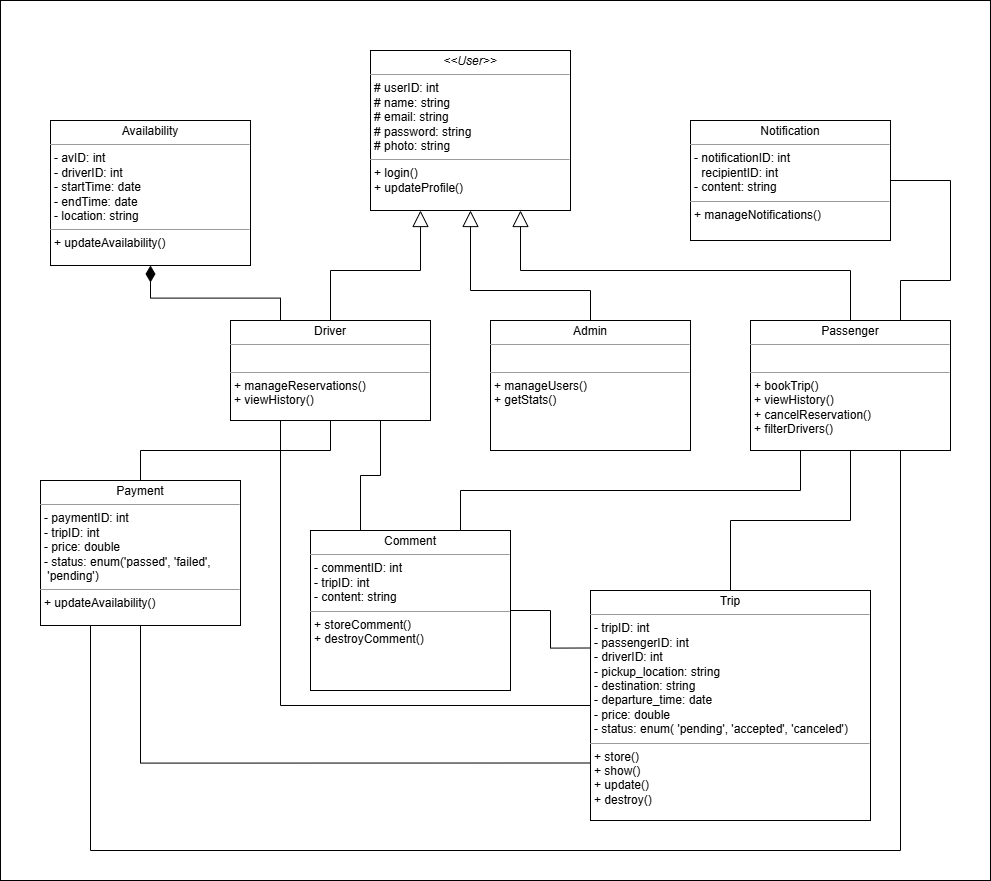
Earlier version of the draw.io export uml/Class.png (theshamkhi/GrandTaxiGoV2). Source tidied: cells renumbered, new cells last; positions are measured from the earlier drawing's top-left corner, leaving out a move shared by most shapes.
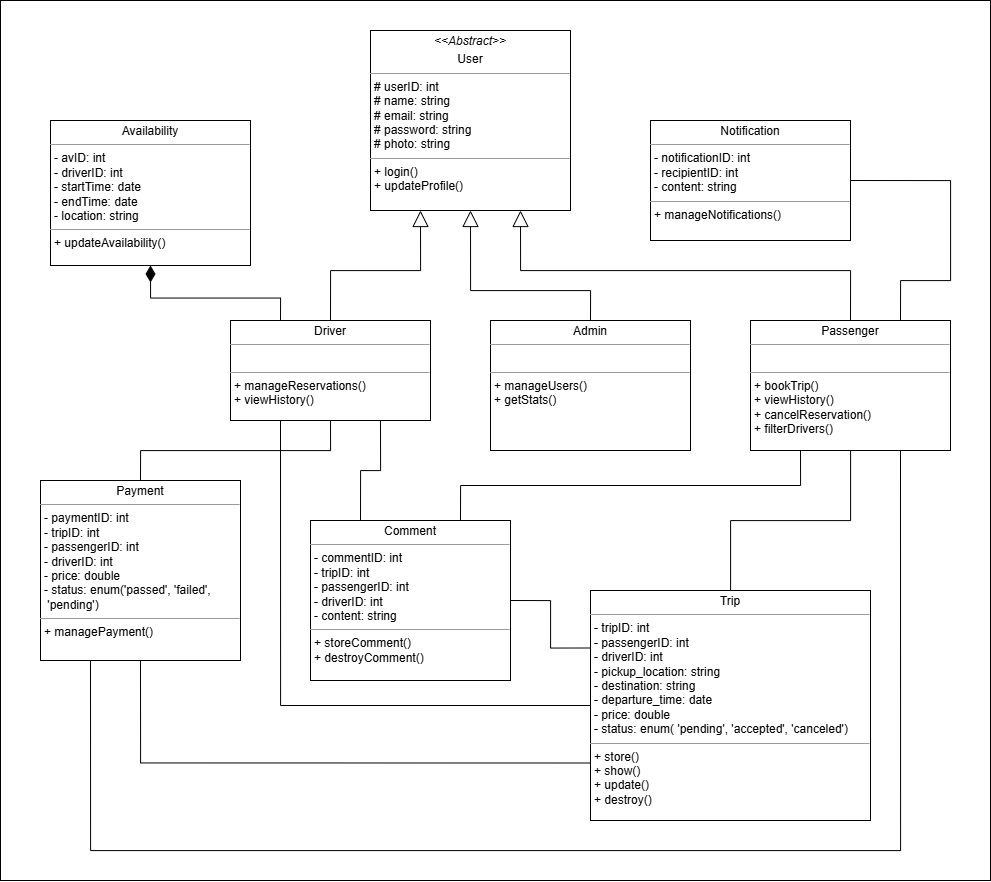
After the change.

Commit message:
Updated UML Diagrams for V2

Diff of the diagram source:
```diff
@@ -20,8 +20,8 @@
     <mxCell id="7" value="&lt;p style=&quot;margin: 4px 0px 0px; text-align: center;&quot;&gt;Trip&lt;/p&gt;&lt;hr size=&quot;1&quot;&gt;&lt;p style=&quot;margin: 0px 0px 0px 4px;&quot;&gt;&lt;span style=&quot;background-color: transparent; color: light-dark(rgb(0, 0, 0), rgb(255, 255, 255));&quot;&gt;-&amp;nbsp;tripID: int&lt;/span&gt;&lt;/p&gt;&lt;p style=&quot;margin: 0px 0px 0px 4px;&quot;&gt;-&amp;nbsp;passengerID: int&lt;/p&gt;&lt;p style=&quot;margin: 0px 0px 0px 4px;&quot;&gt;- driverID: int&lt;/p&gt;&lt;p style=&quot;margin: 0px 0px 0px 4px;&quot;&gt;-&amp;nbsp;pickup_location: string&lt;/p&gt;&lt;p style=&quot;margin: 0px 0px 0px 4px;&quot;&gt;- destination: string&lt;/p&gt;&lt;p style=&quot;margin: 0px 0px 0px 4px;&quot;&gt;-&amp;nbsp;departure_time: date&lt;/p&gt;&lt;p style=&quot;margin: 0px 0px 0px 4px;&quot;&gt;- price: double&lt;/p&gt;&lt;p style=&quot;margin: 0px 0px 0px 4px;&quot;&gt;-&amp;nbsp;&lt;span style=&quot;background-color: transparent; color: light-dark(rgb(0, 0, 0), rgb(255, 255, 255));&quot;&gt;status: enum(&amp;nbsp;&lt;/span&gt;&lt;span style=&quot;background-color: transparent;&quot;&gt;'pending', 'accepted', 'canceled'&lt;/span&gt;&lt;span style=&quot;background-color: transparent; color: light-dark(rgb(0, 0, 0), rgb(255, 255, 255));&quot;&gt;)&lt;/span&gt;&lt;/p&gt;&lt;hr size=&quot;1&quot;&gt;&lt;p style=&quot;margin:0px;margin-left:4px;&quot;&gt;&lt;span style=&quot;background-color: transparent; color: light-dark(rgb(0, 0, 0), rgb(255, 255, 255));&quot;&gt;+ store()&lt;/span&gt;&lt;/p&gt;&lt;p style=&quot;margin:0px;margin-left:4px;&quot;&gt;+ show()&lt;/p&gt;&lt;p style=&quot;margin:0px;margin-left:4px;&quot;&gt;+ update()&lt;/p&gt;&lt;p style=&quot;margin:0px;margin-left:4px;&quot;&gt;+ destroy()&lt;/p&gt;" style="verticalAlign=top;align=left;overflow=fill;fontSize=12;fontFamily=Helvetica;html=1;rounded=0;shadow=0;comic=0;labelBackgroundColor=none;strokeWidth=1;" parent="1" vertex="1">
       <mxGeometry x="590" y="590" width="280" height="230" as="geometry" />
     </mxCell>
-    <mxCell id="8" value="&lt;p style=&quot;margin:0px;margin-top:4px;text-align:center;&quot;&gt;&lt;span style=&quot;background-color: transparent; color: light-dark(rgb(0, 0, 0), rgb(255, 255, 255)); text-align: left;&quot;&gt;&lt;i&gt;&amp;lt;&amp;lt;User&amp;gt;&amp;gt;&lt;/i&gt;&lt;/span&gt;&lt;/p&gt;&lt;hr size=&quot;1&quot;&gt;&lt;p style=&quot;margin: 0px 0px 0px 4px;&quot;&gt;# userID: int&lt;/p&gt;&lt;p style=&quot;margin: 0px 0px 0px 4px;&quot;&gt;# name: string&lt;/p&gt;&lt;p style=&quot;margin: 0px 0px 0px 4px;&quot;&gt;# email: string&lt;/p&gt;&lt;p style=&quot;margin: 0px 0px 0px 4px;&quot;&gt;# password: string&lt;/p&gt;&lt;p style=&quot;margin: 0px 0px 0px 4px;&quot;&gt;# photo: string&lt;/p&gt;&lt;hr size=&quot;1&quot;&gt;&lt;p style=&quot;margin:0px;margin-left:4px;&quot;&gt;+ login()&lt;/p&gt;&lt;p style=&quot;margin:0px;margin-left:4px;&quot;&gt;&lt;span style=&quot;background-color: transparent; color: light-dark(rgb(0, 0, 0), rgb(255, 255, 255));&quot;&gt;+&amp;nbsp;&lt;/span&gt;&lt;span style=&quot;background-color: transparent;&quot;&gt;updateProfile()&lt;/span&gt;&lt;br&gt;&lt;/p&gt;" style="verticalAlign=top;align=left;overflow=fill;fontSize=12;fontFamily=Helvetica;html=1;rounded=0;shadow=0;comic=0;labelBackgroundColor=none;strokeWidth=1;" parent="1" vertex="1">
-      <mxGeometry x="370" y="50" width="200" height="160" as="geometry" />
+    <mxCell id="8" value="&lt;p style=&quot;margin:0px;margin-top:4px;text-align:center;&quot;&gt;&lt;span style=&quot;background-color: transparent; color: light-dark(rgb(0, 0, 0), rgb(255, 255, 255)); text-align: left;&quot;&gt;&lt;i&gt;&amp;lt;&amp;lt;Abstract&amp;gt;&amp;gt;&lt;/i&gt;&lt;/span&gt;&lt;/p&gt;&lt;p style=&quot;margin:0px;margin-top:4px;text-align:center;&quot;&gt;&lt;span style=&quot;background-color: transparent; color: light-dark(rgb(0, 0, 0), rgb(255, 255, 255)); text-align: left;&quot;&gt;User&lt;/span&gt;&lt;/p&gt;&lt;hr size=&quot;1&quot;&gt;&lt;p style=&quot;margin: 0px 0px 0px 4px;&quot;&gt;# userID: int&lt;/p&gt;&lt;p style=&quot;margin: 0px 0px 0px 4px;&quot;&gt;# name: string&lt;/p&gt;&lt;p style=&quot;margin: 0px 0px 0px 4px;&quot;&gt;# email: string&lt;/p&gt;&lt;p style=&quot;margin: 0px 0px 0px 4px;&quot;&gt;# password: string&lt;/p&gt;&lt;p style=&quot;margin: 0px 0px 0px 4px;&quot;&gt;# photo: string&lt;/p&gt;&lt;hr size=&quot;1&quot;&gt;&lt;p style=&quot;margin:0px;margin-left:4px;&quot;&gt;+ login()&lt;/p&gt;&lt;p style=&quot;margin:0px;margin-left:4px;&quot;&gt;&lt;span style=&quot;background-color: transparent; color: light-dark(rgb(0, 0, 0), rgb(255, 255, 255));&quot;&gt;+&amp;nbsp;&lt;/span&gt;&lt;span style=&quot;background-color: transparent;&quot;&gt;updateProfile()&lt;/span&gt;&lt;br&gt;&lt;/p&gt;" style="verticalAlign=top;align=left;overflow=fill;fontSize=12;fontFamily=Helvetica;html=1;rounded=0;shadow=0;comic=0;labelBackgroundColor=none;strokeWidth=1;" parent="1" vertex="1">
+      <mxGeometry x="370" y="30" width="200" height="180" as="geometry" />
     </mxCell>
     <mxCell id="9" value="&lt;p style=&quot;margin:0px;margin-top:4px;text-align:center;&quot;&gt;Passenger&lt;br&gt;&lt;/p&gt;&lt;hr size=&quot;1&quot;&gt;&lt;p style=&quot;margin: 0px 0px 0px 4px;&quot;&gt;&lt;br&gt;&lt;/p&gt;&lt;hr size=&quot;1&quot;&gt;&lt;p style=&quot;margin:0px;margin-left:4px;&quot;&gt;&lt;span style=&quot;background-color: transparent; color: light-dark(rgb(0, 0, 0), rgb(255, 255, 255));&quot;&gt;+&amp;nbsp;&lt;/span&gt;&lt;span style=&quot;background-color: transparent;&quot;&gt;bookTrip()&lt;/span&gt;&lt;/p&gt;&lt;p style=&quot;margin: 0px 0px 0px 4px;&quot;&gt;&lt;span style=&quot;background-color: transparent; color: light-dark(rgb(0, 0, 0), rgb(255, 255, 255));&quot;&gt;+&amp;nbsp;&lt;/span&gt;&lt;span style=&quot;background-color: transparent;&quot;&gt;viewHistory()&lt;/span&gt;&lt;/p&gt;&lt;p style=&quot;margin: 0px 0px 0px 4px;&quot;&gt;&lt;span style=&quot;background-color: transparent; color: light-dark(rgb(0, 0, 0), rgb(255, 255, 255));&quot;&gt;+&amp;nbsp;&lt;/span&gt;&lt;span style=&quot;background-color: transparent;&quot;&gt;cancelReservation()&lt;/span&gt;&lt;/p&gt;&lt;p style=&quot;margin: 0px 0px 0px 4px;&quot;&gt;&lt;span style=&quot;background-color: transparent; color: light-dark(rgb(0, 0, 0), rgb(255, 255, 255));&quot;&gt;+&amp;nbsp;&lt;/span&gt;&lt;span style=&quot;background-color: transparent;&quot;&gt;filterDrivers()&lt;/span&gt;&lt;br&gt;&lt;/p&gt;" style="verticalAlign=top;align=left;overflow=fill;fontSize=12;fontFamily=Helvetica;html=1;rounded=0;shadow=0;comic=0;labelBackgroundColor=none;strokeWidth=1;" parent="1" vertex="1">
       <mxGeometry x="750" y="320" width="200" height="130" as="geometry" />
@@ -46,8 +46,8 @@
     <mxCell id="14" value="&lt;p style=&quot;margin:0px;margin-top:4px;text-align:center;&quot;&gt;Admin&lt;br&gt;&lt;/p&gt;&lt;hr size=&quot;1&quot;&gt;&lt;p style=&quot;margin: 0px 0px 0px 4px;&quot;&gt;&lt;br&gt;&lt;/p&gt;&lt;hr size=&quot;1&quot;&gt;&lt;p style=&quot;margin:0px;margin-left:4px;&quot;&gt;&lt;span style=&quot;background-color: transparent; color: light-dark(rgb(0, 0, 0), rgb(255, 255, 255));&quot;&gt;+ manageUsers()&lt;/span&gt;&lt;/p&gt;&lt;p style=&quot;margin:0px;margin-left:4px;&quot;&gt;&lt;span style=&quot;background-color: transparent; color: light-dark(rgb(0, 0, 0), rgb(255, 255, 255));&quot;&gt;+ getStats()&lt;/span&gt;&lt;/p&gt;" style="verticalAlign=top;align=left;overflow=fill;fontSize=12;fontFamily=Helvetica;html=1;rounded=0;shadow=0;comic=0;labelBackgroundColor=none;strokeWidth=1;" parent="1" vertex="1">
       <mxGeometry x="490" y="320" width="200" height="130" as="geometry" />
     </mxCell>
-    <mxCell id="15" value="&lt;p style=&quot;margin:0px;margin-top:4px;text-align:center;&quot;&gt;Comment&lt;/p&gt;&lt;hr size=&quot;1&quot;&gt;&lt;p style=&quot;margin: 0px 0px 0px 4px;&quot;&gt;- comment&lt;span style=&quot;background-color: transparent; color: light-dark(rgb(0, 0, 0), rgb(255, 255, 255));&quot;&gt;ID: int&lt;/span&gt;&lt;/p&gt;&lt;p style=&quot;margin: 0px 0px 0px 4px;&quot;&gt;&lt;span style=&quot;background-color: transparent; color: light-dark(rgb(0, 0, 0), rgb(255, 255, 255));&quot;&gt;- tripID: int&lt;/span&gt;&lt;/p&gt;&lt;p style=&quot;margin: 0px 0px 0px 4px;&quot;&gt;- content: string&lt;/p&gt;&lt;hr size=&quot;1&quot;&gt;&lt;p style=&quot;margin:0px;margin-left:4px;&quot;&gt;&lt;span style=&quot;background-color: transparent; color: light-dark(rgb(0, 0, 0), rgb(255, 255, 255));&quot;&gt;+&amp;nbsp;storeComment()&lt;/span&gt;&lt;/p&gt;&lt;p style=&quot;margin:0px;margin-left:4px;&quot;&gt;&lt;span style=&quot;background-color: transparent; color: light-dark(rgb(0, 0, 0), rgb(255, 255, 255));&quot;&gt;+ destroyComment()&lt;/span&gt;&lt;/p&gt;" style="verticalAlign=top;align=left;overflow=fill;fontSize=12;fontFamily=Helvetica;html=1;rounded=0;shadow=0;comic=0;labelBackgroundColor=none;strokeWidth=1;" parent="1" vertex="1">
-      <mxGeometry x="310" y="530" width="200" height="160" as="geometry" />
+    <mxCell id="15" value="&lt;p style=&quot;margin:0px;margin-top:4px;text-align:center;&quot;&gt;Comment&lt;/p&gt;&lt;hr size=&quot;1&quot;&gt;&lt;p style=&quot;margin: 0px 0px 0px 4px;&quot;&gt;- comment&lt;span style=&quot;background-color: transparent; color: light-dark(rgb(0, 0, 0), rgb(255, 255, 255));&quot;&gt;ID: int&lt;/span&gt;&lt;/p&gt;&lt;p style=&quot;margin: 0px 0px 0px 4px;&quot;&gt;&lt;span style=&quot;background-color: transparent; color: light-dark(rgb(0, 0, 0), rgb(255, 255, 255));&quot;&gt;- tripID: int&lt;/span&gt;&lt;/p&gt;&lt;p style=&quot;margin: 0px 0px 0px 4px;&quot;&gt;-&amp;nbsp;passengerID: int&lt;/p&gt;&lt;p style=&quot;margin: 0px 0px 0px 4px;&quot;&gt;- driverID: int&lt;/p&gt;&lt;p style=&quot;margin: 0px 0px 0px 4px;&quot;&gt;- content: string&lt;/p&gt;&lt;hr size=&quot;1&quot;&gt;&lt;p style=&quot;margin:0px;margin-left:4px;&quot;&gt;&lt;span style=&quot;background-color: transparent; color: light-dark(rgb(0, 0, 0), rgb(255, 255, 255));&quot;&gt;+&amp;nbsp;storeComment()&lt;/span&gt;&lt;/p&gt;&lt;p style=&quot;margin:0px;margin-left:4px;&quot;&gt;&lt;span style=&quot;background-color: transparent; color: light-dark(rgb(0, 0, 0), rgb(255, 255, 255));&quot;&gt;+ destroyComment()&lt;/span&gt;&lt;/p&gt;" style="verticalAlign=top;align=left;overflow=fill;fontSize=12;fontFamily=Helvetica;html=1;rounded=0;shadow=0;comic=0;labelBackgroundColor=none;strokeWidth=1;" parent="1" vertex="1">
+      <mxGeometry x="310" y="520" width="200" height="160" as="geometry" />
     </mxCell>
     <mxCell id="16" style="endArrow=none;html=1;rounded=0;exitX=0.25;exitY=0;exitDx=0;exitDy=0;entryX=0.75;entryY=1;entryDx=0;entryDy=0;edgeStyle=orthogonalEdgeStyle;" parent="1" edge="1" source="15" target="4">
       <mxGeometry relative="1" as="geometry" />
@@ -58,8 +58,8 @@
     <mxCell id="18" style="endArrow=none;html=1;rounded=0;exitX=1;exitY=0.5;exitDx=0;exitDy=0;entryX=0;entryY=0.25;entryDx=0;entryDy=0;edgeStyle=orthogonalEdgeStyle;" parent="1" edge="1" source="15" target="7">
       <mxGeometry relative="1" as="geometry" />
     </mxCell>
-    <mxCell id="19" value="&lt;p style=&quot;margin:0px;margin-top:4px;text-align:center;&quot;&gt;Payment&lt;/p&gt;&lt;hr size=&quot;1&quot;&gt;&lt;p style=&quot;margin: 0px 0px 0px 4px;&quot;&gt;- payment&lt;span style=&quot;background-color: transparent; color: light-dark(rgb(0, 0, 0), rgb(255, 255, 255));&quot;&gt;ID: int&lt;/span&gt;&lt;/p&gt;&lt;p style=&quot;margin: 0px 0px 0px 4px;&quot;&gt;&lt;span style=&quot;background-color: transparent; color: light-dark(rgb(0, 0, 0), rgb(255, 255, 255));&quot;&gt;- tripID: int&lt;/span&gt;&lt;/p&gt;&lt;p style=&quot;margin: 0px 0px 0px 4px;&quot;&gt;&lt;span style=&quot;background-color: transparent; color: light-dark(rgb(0, 0, 0), rgb(255, 255, 255));&quot;&gt;- price: double&lt;/span&gt;&lt;/p&gt;&lt;p style=&quot;margin: 0px 0px 0px 4px;&quot;&gt;&lt;span style=&quot;background-color: transparent; color: light-dark(rgb(0, 0, 0), rgb(255, 255, 255));&quot;&gt;- status&lt;/span&gt;&lt;span style=&quot;background-color: transparent; color: light-dark(rgb(0, 0, 0), rgb(255, 255, 255));&quot;&gt;:&amp;nbsp;&lt;/span&gt;&lt;span style=&quot;background-color: transparent; color: light-dark(rgb(0, 0, 0), rgb(255, 255, 255));&quot;&gt;enum('&lt;/span&gt;&lt;span style=&quot;background-color: transparent;&quot;&gt;passed', 'failed',&lt;/span&gt;&lt;/p&gt;&lt;p style=&quot;margin: 0px 0px 0px 4px;&quot;&gt;&lt;span style=&quot;background-color: transparent;&quot;&gt;&amp;nbsp;'pending'&lt;/span&gt;&lt;span style=&quot;background-color: transparent; color: light-dark(rgb(0, 0, 0), rgb(255, 255, 255));&quot;&gt;)&lt;/span&gt;&lt;/p&gt;&lt;hr size=&quot;1&quot;&gt;&lt;p style=&quot;margin:0px;margin-left:4px;&quot;&gt;&lt;span style=&quot;background-color: transparent; color: light-dark(rgb(0, 0, 0), rgb(255, 255, 255));&quot;&gt;+&amp;nbsp;updateAvailability()&lt;/span&gt;&lt;/p&gt;" style="verticalAlign=top;align=left;overflow=fill;fontSize=12;fontFamily=Helvetica;html=1;rounded=0;shadow=0;comic=0;labelBackgroundColor=none;strokeWidth=1;" parent="1" vertex="1">
-      <mxGeometry x="40" y="480" width="200" height="145" as="geometry" />
+    <mxCell id="19" value="&lt;p style=&quot;margin:0px;margin-top:4px;text-align:center;&quot;&gt;Payment&lt;/p&gt;&lt;hr size=&quot;1&quot;&gt;&lt;p style=&quot;margin: 0px 0px 0px 4px;&quot;&gt;- payment&lt;span style=&quot;background-color: transparent; color: light-dark(rgb(0, 0, 0), rgb(255, 255, 255));&quot;&gt;ID: int&lt;/span&gt;&lt;/p&gt;&lt;p style=&quot;margin: 0px 0px 0px 4px;&quot;&gt;&lt;span style=&quot;background-color: transparent; color: light-dark(rgb(0, 0, 0), rgb(255, 255, 255));&quot;&gt;- tripID: int&lt;/span&gt;&lt;/p&gt;&lt;p style=&quot;margin: 0px 0px 0px 4px;&quot;&gt;-&amp;nbsp;passengerID: int&lt;/p&gt;&lt;p style=&quot;margin: 0px 0px 0px 4px;&quot;&gt;- driverID: int&lt;/p&gt;&lt;p style=&quot;margin: 0px 0px 0px 4px;&quot;&gt;&lt;span style=&quot;background-color: transparent; color: light-dark(rgb(0, 0, 0), rgb(255, 255, 255));&quot;&gt;- price: double&lt;/span&gt;&lt;/p&gt;&lt;p style=&quot;margin: 0px 0px 0px 4px;&quot;&gt;&lt;span style=&quot;background-color: transparent; color: light-dark(rgb(0, 0, 0), rgb(255, 255, 255));&quot;&gt;- status&lt;/span&gt;&lt;span style=&quot;background-color: transparent; color: light-dark(rgb(0, 0, 0), rgb(255, 255, 255));&quot;&gt;:&amp;nbsp;&lt;/span&gt;&lt;span style=&quot;background-color: transparent; color: light-dark(rgb(0, 0, 0), rgb(255, 255, 255));&quot;&gt;enum('&lt;/span&gt;&lt;span style=&quot;background-color: transparent;&quot;&gt;passed', 'failed',&lt;/span&gt;&lt;/p&gt;&lt;p style=&quot;margin: 0px 0px 0px 4px;&quot;&gt;&lt;span style=&quot;background-color: transparent;&quot;&gt;&amp;nbsp;'pending'&lt;/span&gt;&lt;span style=&quot;background-color: transparent; color: light-dark(rgb(0, 0, 0), rgb(255, 255, 255));&quot;&gt;)&lt;/span&gt;&lt;/p&gt;&lt;hr size=&quot;1&quot;&gt;&lt;p style=&quot;margin:0px;margin-left:4px;&quot;&gt;&lt;span style=&quot;background-color: transparent; color: light-dark(rgb(0, 0, 0), rgb(255, 255, 255));&quot;&gt;+&amp;nbsp;managePayment()&lt;/span&gt;&lt;/p&gt;" style="verticalAlign=top;align=left;overflow=fill;fontSize=12;fontFamily=Helvetica;html=1;rounded=0;shadow=0;comic=0;labelBackgroundColor=none;strokeWidth=1;" parent="1" vertex="1">
+      <mxGeometry x="40" y="480" width="200" height="180" as="geometry" />
     </mxCell>
     <mxCell id="20" style="edgeStyle=orthogonalEdgeStyle;rounded=0;jettySize=auto;html=1;endArrow=none;startFill=0;entryX=0.5;entryY=1;entryDx=0;entryDy=0;exitX=0;exitY=0.75;exitDx=0;exitDy=0;" parent="1" edge="1" source="7" target="19">
       <mxGeometry relative="1" as="geometry" />
@@ -75,8 +75,8 @@
         </Array>
       </mxGeometry>
     </mxCell>
-    <mxCell id="23" value="&lt;p style=&quot;margin:0px;margin-top:4px;text-align:center;&quot;&gt;Notification&lt;/p&gt;&lt;hr size=&quot;1&quot;&gt;&lt;p style=&quot;margin: 0px 0px 0px 4px;&quot;&gt;- notification&lt;span style=&quot;background-color: transparent; color: light-dark(rgb(0, 0, 0), rgb(255, 255, 255));&quot;&gt;ID: int&lt;/span&gt;&lt;/p&gt;&lt;p style=&quot;margin: 0px 0px 0px 4px;&quot;&gt;&lt;span style=&quot;background-color: transparent;&quot;&gt;&lt;font color=&quot;rgba(0, 0, 0, 0)&quot;&gt;- &lt;/font&gt;recipientID: int&lt;/span&gt;&lt;/p&gt;&lt;p style=&quot;margin: 0px 0px 0px 4px;&quot;&gt;- content&lt;span style=&quot;background-color: transparent; color: light-dark(rgb(0, 0, 0), rgb(255, 255, 255));&quot;&gt;: string&lt;/span&gt;&lt;/p&gt;&lt;hr size=&quot;1&quot;&gt;&lt;p style=&quot;margin:0px;margin-left:4px;&quot;&gt;&lt;span style=&quot;background-color: transparent; color: light-dark(rgb(0, 0, 0), rgb(255, 255, 255));&quot;&gt;+ manageNotifications()&lt;/span&gt;&lt;/p&gt;" style="verticalAlign=top;align=left;overflow=fill;fontSize=12;fontFamily=Helvetica;html=1;rounded=0;shadow=0;comic=0;labelBackgroundColor=none;strokeWidth=1;" parent="1" vertex="1">
-      <mxGeometry x="690" y="120" width="200" height="120" as="geometry" />
+    <mxCell id="23" value="&lt;p style=&quot;margin:0px;margin-top:4px;text-align:center;&quot;&gt;Notification&lt;/p&gt;&lt;hr size=&quot;1&quot;&gt;&lt;p style=&quot;margin: 0px 0px 0px 4px;&quot;&gt;- notification&lt;span style=&quot;background-color: transparent; color: light-dark(rgb(0, 0, 0), rgb(255, 255, 255));&quot;&gt;ID: int&lt;/span&gt;&lt;/p&gt;&lt;p style=&quot;margin: 0px 0px 0px 4px;&quot;&gt;&lt;span style=&quot;background-color: transparent; color: light-dark(rgb(0, 0, 0), rgb(255, 255, 255));&quot;&gt;- recipientID: int&lt;/span&gt;&lt;/p&gt;&lt;p style=&quot;margin: 0px 0px 0px 4px;&quot;&gt;- content&lt;span style=&quot;background-color: transparent; color: light-dark(rgb(0, 0, 0), rgb(255, 255, 255));&quot;&gt;: string&lt;/span&gt;&lt;/p&gt;&lt;hr size=&quot;1&quot;&gt;&lt;p style=&quot;margin:0px;margin-left:4px;&quot;&gt;&lt;span style=&quot;background-color: transparent; color: light-dark(rgb(0, 0, 0), rgb(255, 255, 255));&quot;&gt;+ manageNotifications()&lt;/span&gt;&lt;/p&gt;" style="verticalAlign=top;align=left;overflow=fill;fontSize=12;fontFamily=Helvetica;html=1;rounded=0;shadow=0;comic=0;labelBackgroundColor=none;strokeWidth=1;" parent="1" vertex="1">
+      <mxGeometry x="650" y="120" width="200" height="120" as="geometry" />
     </mxCell>
     <mxCell id="24" style="rounded=0;jettySize=auto;html=1;endArrow=none;startFill=0;entryX=1;entryY=0.5;entryDx=0;entryDy=0;exitX=0.75;exitY=0;exitDx=0;exitDy=0;edgeStyle=orthogonalEdgeStyle;" parent="1" edge="1" source="9" target="23">
       <mxGeometry relative="1" as="geometry">
```
